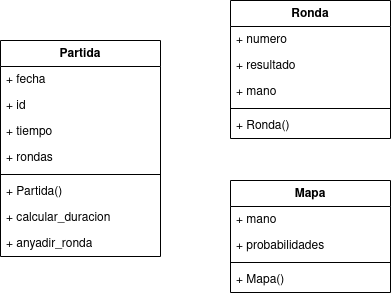
Before: doc/diagrama_clases/diagrama_clases.png, a diagram exported from draw.io (jdabrante/proyecto_ets). Source tidied: cells renumbered, new cells last; positions are measured from the earlier drawing's top-left corner, leaving out a move shared by most shapes.
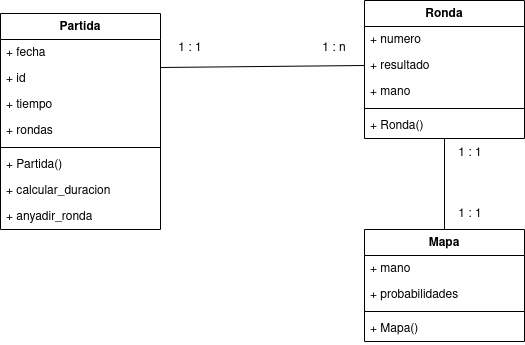
The same file after the commit.

Change to the diagram source:
```diff
@@ -3,7 +3,7 @@
     <mxCell id="0" />
     <mxCell id="1" parent="0" />
     <mxCell id="2" value="Partida" style="swimlane;fontStyle=1;align=center;verticalAlign=top;horizontal=1;startSize=26;whiteSpace=wrap;html=1;" parent="1" vertex="1">
-      <mxGeometry y="40" width="160" height="216" as="geometry" />
+      <mxGeometry x="72" y="-37" width="160" height="216" as="geometry" />
     </mxCell>
     <mxCell id="3" value="&lt;div&gt;+ fecha&lt;/div&gt;&lt;div&gt;&lt;br&gt;&lt;/div&gt;" style="text;strokeColor=none;fillColor=none;align=left;verticalAlign=top;spacingLeft=4;spacingRight=4;overflow=hidden;whiteSpace=wrap;html=1;" parent="2" vertex="1">
       <mxGeometry y="26" width="160" height="26" as="geometry" />
@@ -30,7 +30,7 @@
       <mxGeometry y="190" width="160" height="26" as="geometry" />
     </mxCell>
     <mxCell id="11" value="Ronda" style="swimlane;fontStyle=1;align=center;verticalAlign=top;horizontal=1;startSize=26;whiteSpace=wrap;html=1;" parent="1" vertex="1">
-      <mxGeometry x="230" width="160" height="138" as="geometry" />
+      <mxGeometry x="436" y="-50" width="160" height="138" as="geometry" />
     </mxCell>
     <mxCell id="12" value="+ numero" style="text;strokeColor=none;fillColor=none;align=left;verticalAlign=top;spacingLeft=4;spacingRight=4;overflow=hidden;whiteSpace=wrap;html=1;" parent="11" vertex="1">
       <mxGeometry y="26" width="160" height="26" as="geometry" />
@@ -48,7 +48,7 @@
       <mxGeometry y="112" width="160" height="26" as="geometry" />
     </mxCell>
     <mxCell id="17" value="Mapa" style="swimlane;fontStyle=1;align=center;verticalAlign=top;horizontal=1;startSize=26;whiteSpace=wrap;html=1;" parent="1" vertex="1">
-      <mxGeometry x="230" y="180" width="160" height="112" as="geometry" />
+      <mxGeometry x="436" y="179" width="160" height="112" as="geometry" />
     </mxCell>
     <mxCell id="18" value="&lt;div&gt;+ mano&lt;/div&gt;" style="text;strokeColor=none;fillColor=none;align=left;verticalAlign=top;spacingLeft=4;spacingRight=4;overflow=hidden;whiteSpace=wrap;html=1;" parent="17" vertex="1">
       <mxGeometry y="26" width="160" height="26" as="geometry" />
@@ -62,5 +62,23 @@
     <mxCell id="21" value="+ Mapa()" style="text;strokeColor=none;fillColor=none;align=left;verticalAlign=top;spacingLeft=4;spacingRight=4;overflow=hidden;whiteSpace=wrap;html=1;" parent="17" vertex="1">
       <mxGeometry y="86" width="160" height="26" as="geometry" />
     </mxCell>
+    <mxCell id="22" style="endArrow=none;html=1;rounded=0;exitX=1;exitY=0.25;exitDx=0;exitDy=0;entryX=0;entryY=0.5;entryDx=0;entryDy=0;" parent="1" edge="1" source="2" target="13">
+      <mxGeometry relative="1" as="geometry" />
+    </mxCell>
+    <mxCell id="23" value="1 : 1" style="text;html=1;strokeColor=none;fillColor=none;align=center;verticalAlign=middle;whiteSpace=wrap;rounded=0;" parent="1" vertex="1">
+      <mxGeometry x="232" y="-17" width="60" height="30" as="geometry" />
+    </mxCell>
+    <mxCell id="24" value="1 : n" style="text;html=1;strokeColor=none;fillColor=none;align=center;verticalAlign=middle;whiteSpace=wrap;rounded=0;" parent="1" vertex="1">
+      <mxGeometry x="376" y="-17" width="60" height="30" as="geometry" />
+    </mxCell>
+    <mxCell id="25" style="endArrow=none;html=1;rounded=0;entryX=0.5;entryY=1;entryDx=0;entryDy=0;exitX=0.5;exitY=0;exitDx=0;exitDy=0;" parent="1" edge="1" source="17" target="11">
+      <mxGeometry relative="1" as="geometry" />
+    </mxCell>
+    <mxCell id="26" value="1 : 1" style="text;html=1;strokeColor=none;fillColor=none;align=center;verticalAlign=middle;whiteSpace=wrap;rounded=0;" parent="1" vertex="1">
+      <mxGeometry x="512" y="88" width="60" height="30" as="geometry" />
+    </mxCell>
+    <mxCell id="27" value="1 : 1" style="text;html=1;strokeColor=none;fillColor=none;align=center;verticalAlign=middle;whiteSpace=wrap;rounded=0;" parent="1" vertex="1">
+      <mxGeometry x="512" y="149" width="60" height="30" as="geometry" />
+    </mxCell>
   </root>
 </mxGraphModel>
```
